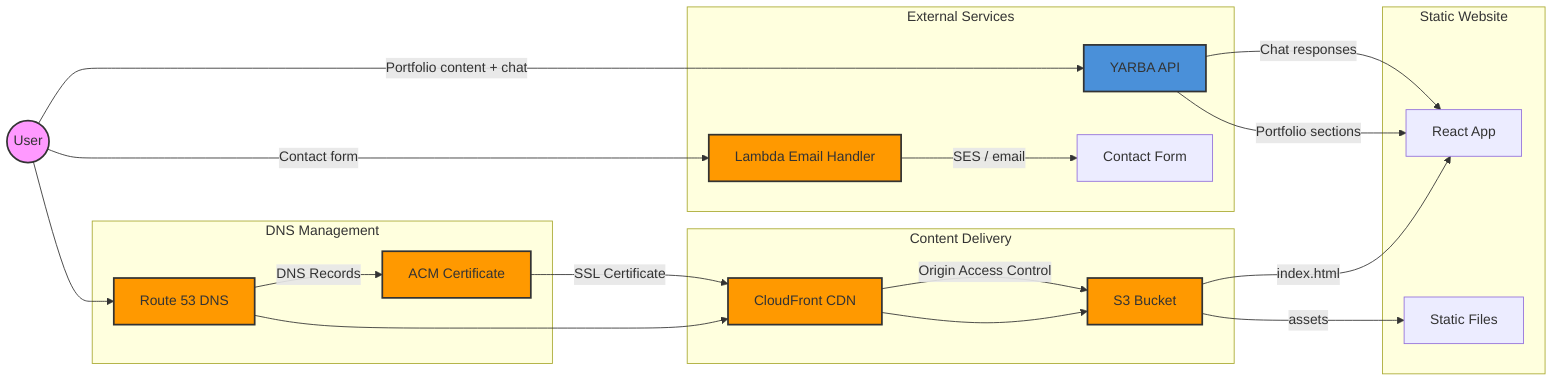
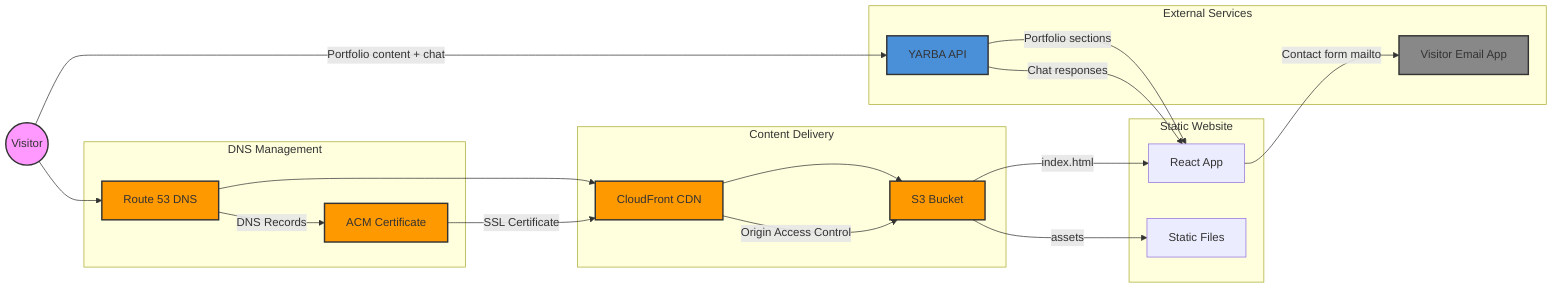
graph LR
-     User((User)) --> Route53[Route 53 DNS]
+     User((Visitor)) --> Route53[Route 53 DNS]
    Route53 --> CloudFront[CloudFront CDN]
    CloudFront --> S3[S3 Bucket]

    User -->|Portfolio content + chat| YarbaAPI[YARBA API]
-     User -->|Contact form| EmailLambda[Lambda Email Handler]

    subgraph DNS["DNS Management"]
        Route53 -->|DNS Records| ACM[ACM Certificate]
    end

    subgraph Content["Content Delivery"]
        CloudFront -->|Origin Access Control| S3
        ACM -->|SSL Certificate| CloudFront
    end

    subgraph Storage["Static Website"]
        S3 -->|index.html| React[React App]
        S3 -->|assets| Static[Static Files]
    end

    subgraph Backend["External Services"]
        YarbaAPI -->|Portfolio sections| React
        YarbaAPI -->|Chat responses| React
-         EmailLambda -->|SES / email| Contact[Contact Form]
+         React -->|Contact form mailto| EmailApp[Visitor Email App]
    end

    style User fill:#f9f,stroke:#333,stroke-width:2px
    style CloudFront fill:#FF9900,stroke:#333,stroke-width:2px
    style S3 fill:#FF9900,stroke:#333,stroke-width:2px
    style Route53 fill:#FF9900,stroke:#333,stroke-width:2px
    style ACM fill:#FF9900,stroke:#333,stroke-width:2px
    style YarbaAPI fill:#4A90D9,stroke:#333,stroke-width:2px
-     style EmailLambda fill:#FF9900,stroke:#333,stroke-width:2px
+     style EmailApp fill:#888,stroke:#333,stroke-width:2px
